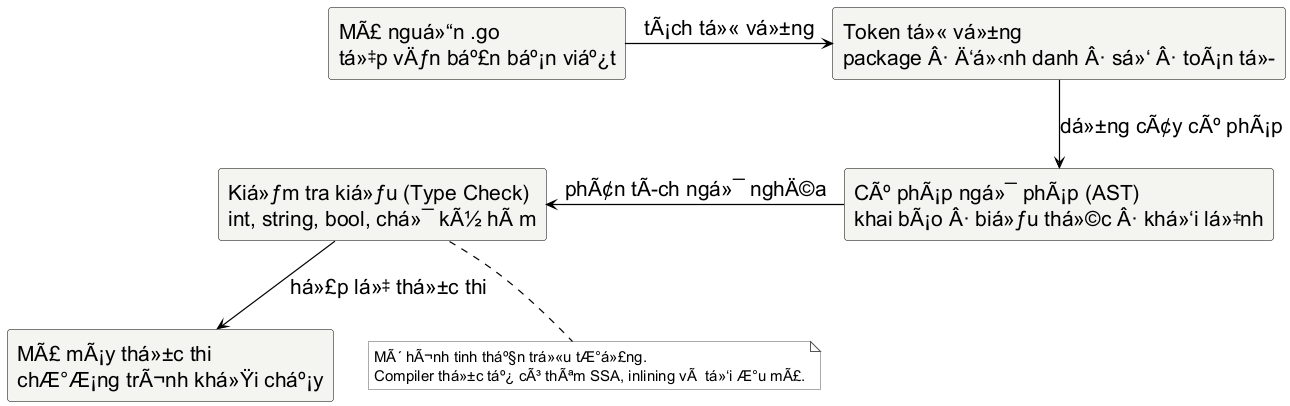
Minhlike/Golang keeps this PlantUML diagram as assets/diagrams/compiler-doc-go.png. Above is the earlier version.
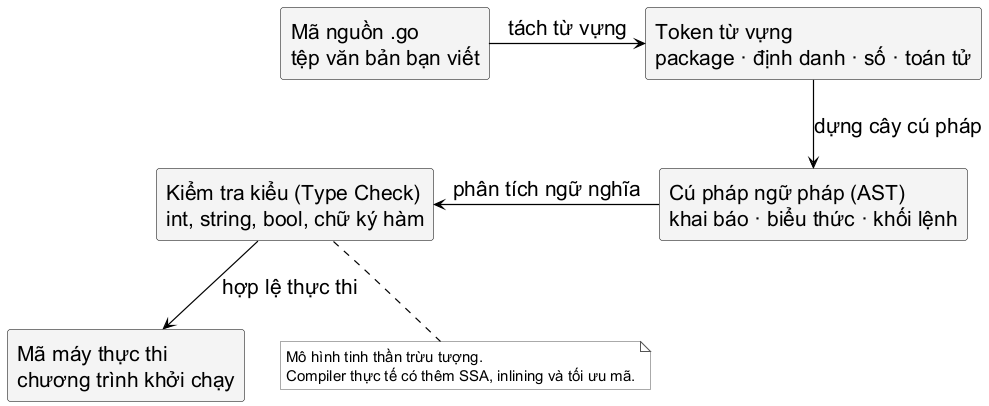
After the commit.

The edit, as a diff of the source:
```diff
@@ -1,16 +1,11 @@
 @startuml
 skinparam backgroundColor white
 skinparam shadowing false
-skinparam note {
-  BackgroundColor #F5F5F2
-  BorderColor #777777
-  FontColor #000000
-}
 skinparam defaultFontName "Source Sans 3"
 skinparam defaultFontSize 21
 skinparam defaultFontColor #000000
 skinparam rectangle {
-  BackgroundColor #F4F4F1
+  BackgroundColor #F4F4F4
   BorderColor #000000
   FontColor #000000
   RoundCorner 6
@@ -26,19 +21,19 @@
 }
 top to bottom direction
 
-rectangle "MÃ£ nguá»“n .go\ntá»‡p vÄƒn báº£n báº¡n viáº¿t" as source
-rectangle "Token tá»« vá»±ng\npackage Â· Ä‘á»‹nh danh Â· sá»‘ Â· toÃ¡n tá»­" as tokens
-rectangle "CÃº phÃ¡p ngá»¯ phÃ¡p (AST)\nkhai bÃ¡o Â· biá»ƒu thá»©c Â· khá»‘i lá»‡nh" as syntax
-rectangle "Kiá»ƒm tra kiá»ƒu (Type Check)\nint, string, bool, chá»¯ kÃ½ hÃ m" as types
-rectangle "MÃ£ mÃ¡y thá»±c thi\nchÆ°Æ¡ng trÃ¬nh khá»Ÿi cháº¡y" as run
+rectangle "Mã nguồn .go\ntệp văn bản bạn viết" as source
+rectangle "Token từ vựng\npackage · định danh · số · toán tử" as tokens
+rectangle "Cú pháp ngữ pháp (AST)\nkhai báo · biểu thức · khối lệnh" as syntax
+rectangle "Kiểm tra kiểu (Type Check)\nint, string, bool, chữ ký hàm" as types
+rectangle "Mã máy thực thi\nchương trình khởi chạy" as run
 
-source -right-> tokens : tÃ¡ch tá»« vá»±ng
-tokens -down-> syntax : dá»±ng cÃ¢y cÃº phÃ¡p
-syntax -left-> types : phÃ¢n tÃ­ch ngá»¯ nghÄ©a
-types -down-> run : há»£p lá»‡ thá»±c thi
+source -right-> tokens : tách từ vựng
+tokens -down-> syntax : dựng cây cú pháp
+syntax -left-> types : phân tích ngữ nghĩa
+types -down-> run : hợp lệ thực thi
 
 note bottom of types
-  MÃ´ hÃ¬nh tinh tháº§n trá»«u tÆ°á»£ng.
-  Compiler thá»±c táº¿ cÃ³ thÃªm SSA, inlining vÃ  tá»‘i Æ°u mÃ£.
+  Mô hình tinh thần trừu tượng.
+  Compiler thực tế có thêm SSA, inlining và tối ưu mã.
 end note
 @enduml
```
